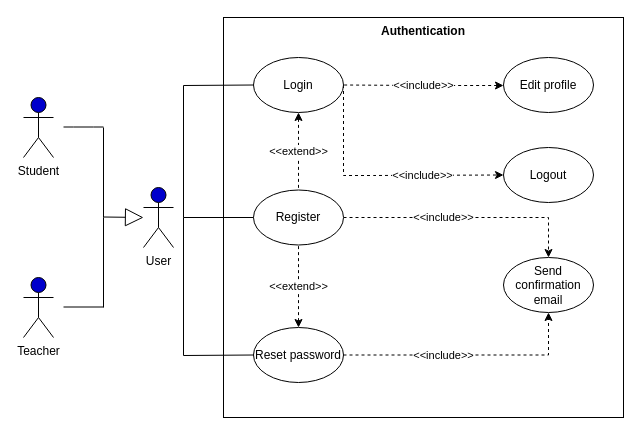
This is page "Authentication" (1 of 5) of Untitled Diagram.drawio from AbdellaouiSofiane/book_scraper, a draw.io file, before an edit. Source tidied: cells renumbered, new cells numbered last; positions are measured from the earlier drawing's top-left corner, leaving out a move shared by most shapes. Both pictures are drawn from the tidied source at 100%, with x=0, y=0 at pixel (23, 17).
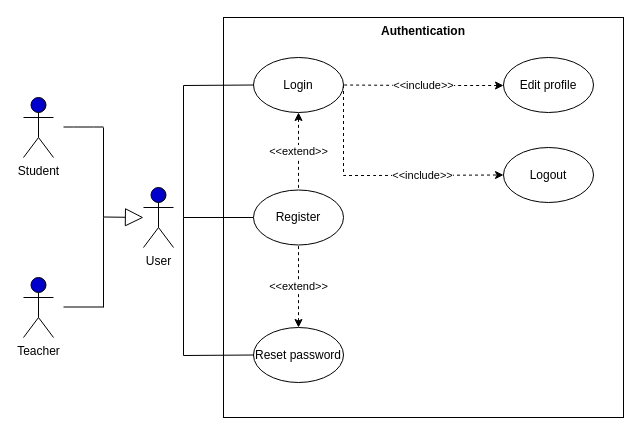
Above is the later version.

The change refers to these unchanged cells:
```xml
<mxCell id="14" value="Register" style="ellipse;whiteSpace=wrap;html=1;" parent="1" vertex="1">
  <mxGeometry x="230" y="172.5" width="90" height="55" as="geometry" />
</mxCell>
<mxCell id="18" value="Reset password" style="ellipse;whiteSpace=wrap;html=1;" parent="1" vertex="1">
  <mxGeometry x="230" y="310" width="90" height="55" as="geometry" />
</mxCell>
```

Change to the diagram source:
```diff
@@
-    <mxCell id="13" value="&amp;lt;&amp;lt;include&amp;gt;&amp;gt;" style="edgeStyle=orthogonalEdgeStyle;rounded=0;jettySize=auto;html=1;exitX=1;exitY=0.5;exitDx=0;exitDy=0;entryX=0.5;entryY=0;entryDx=0;entryDy=0;dashed=1;" parent="1" edge="1" source="14" target="25">
-      <mxGeometry x="-0.18" relative="1" as="geometry" />
-    </mxCell>
@@
-    <mxCell id="17" value="&amp;lt;&amp;lt;include&amp;gt;&amp;gt;" style="edgeStyle=orthogonalEdgeStyle;rounded=0;jettySize=auto;html=1;exitX=1;exitY=0.5;exitDx=0;exitDy=0;entryX=0.5;entryY=1;entryDx=0;entryDy=0;dashed=1;" parent="1" edge="1" source="18" target="25">
-      <mxGeometry x="-0.19" relative="1" as="geometry" />
-    </mxCell>
@@
-    <mxCell id="25" value="Send confirmation email" style="ellipse;whiteSpace=wrap;html=1;" parent="1" vertex="1">
-      <mxGeometry x="480" y="240" width="90" height="55" as="geometry" />
-    </mxCell>
```
